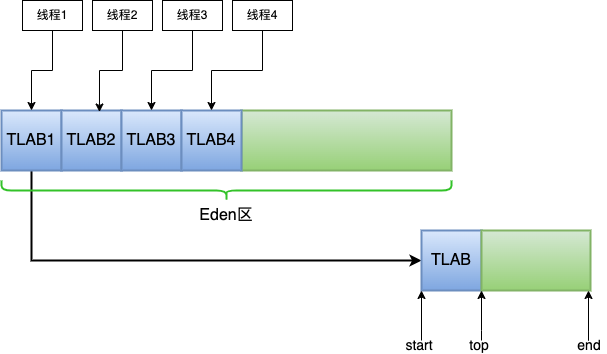
Before: java/jvm/JVM创建对象 - TLAB内部结构.drawio.png, a diagram exported from draw.io (lihongyiyi/tech-visuals). Source tidied: cells renumbered, new cells last; positions are measured from the earlier drawing's top-left corner, leaving out a move shared by most shapes.
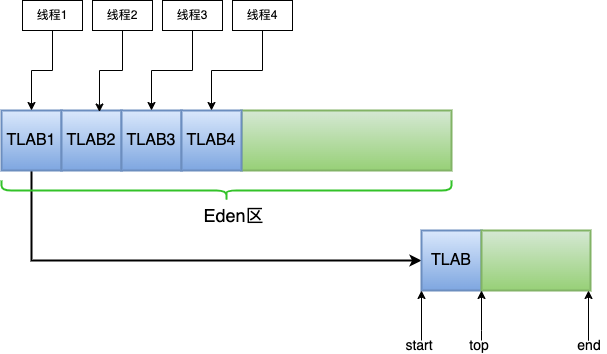
After the change.

Commit message:
更新JVM创建对象 - TLAB内部结构.drawio.png

Change to the diagram source:
```diff
@@ -63,8 +63,8 @@
     <mxCell id="18" style="shape=curlyBracket;whiteSpace=wrap;html=1;rounded=1;labelPosition=left;verticalLabelPosition=middle;align=right;verticalAlign=middle;direction=north;size=0.5;strokeWidth=2;strokeColor=#33c229;" parent="1" vertex="1">
       <mxGeometry y="180" width="450" height="20" as="geometry" />
     </mxCell>
-    <mxCell id="19" value="&lt;font style=&quot;font-size: 16px;&quot;&gt;Eden区&lt;/font&gt;" style="text;html=1;strokeColor=none;fillColor=none;align=center;verticalAlign=middle;whiteSpace=wrap;rounded=0;" parent="1" vertex="1">
-      <mxGeometry x="195" y="200" width="60" height="30" as="geometry" />
+    <mxCell id="19" value="&lt;font style=&quot;font-size: 18px;&quot;&gt;Eden区&lt;/font&gt;" style="text;html=1;strokeColor=none;fillColor=none;align=center;verticalAlign=middle;whiteSpace=wrap;rounded=0;" parent="1" vertex="1">
+      <mxGeometry x="195" y="200" width="75" height="30" as="geometry" />
     </mxCell>
     <mxCell id="20" style="edgeStyle=orthogonalEdgeStyle;rounded=0;jettySize=auto;html=1;" parent="1" edge="1" source="21" target="16">
       <mxGeometry relative="1" as="geometry">
```
